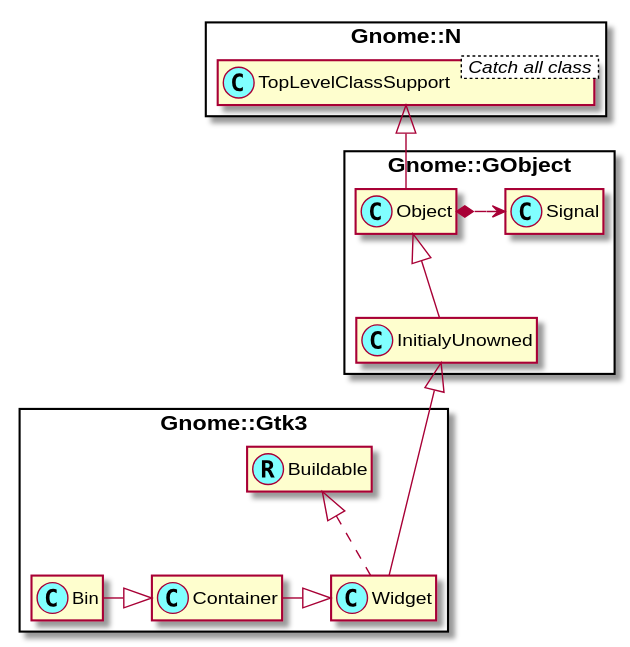
Earlier version of the PlantUML export docs/content-docs/reference/Gtk3/plantuml/Bin.svg (MARTIMM/gnome-gtk3). Its diagram source:
```plantuml
@startuml
skinparam packageStyle rectangle
skinparam stereotypeCBackgroundColor #80ffff
set namespaceSeparator ::
hide members

class Gnome::Gtk3::Buildable <<(R,#80ffff)>>

class Gnome::N::TopLevelClassSupport < Catch all class >
Gnome::N::TopLevelClassSupport <|-- Gnome::GObject::Object

Gnome::GObject::Object <|-- Gnome::GObject::InitialyUnowned
Gnome::GObject::Object *-> Gnome::GObject::Signal

Gnome::GObject::InitialyUnowned <|--- Gnome::Gtk3::Widget

class Gnome::Gtk3::Widget implements Gnome::Gtk3::Buildable

Gnome::Gtk3::Bin -|> Gnome::Gtk3::Container
Gnome::Gtk3::Container -|> Gnome::Gtk3::Widget










@enduml
```
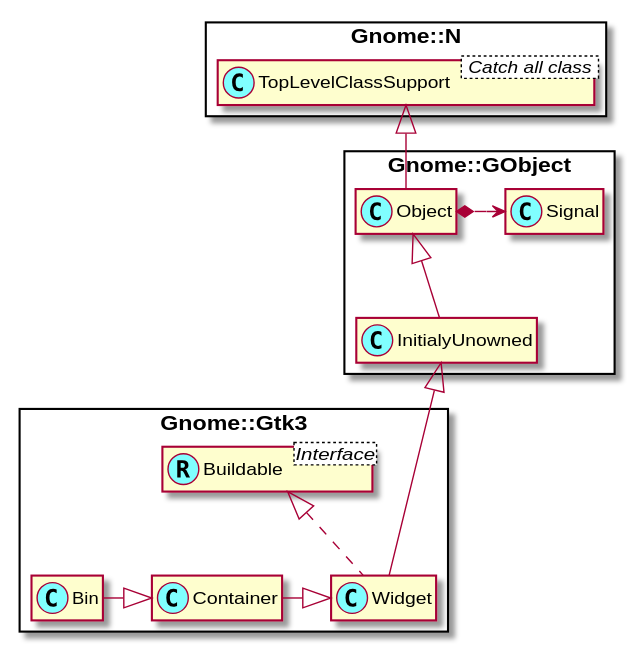
The same diagram one commit later.

Change to the diagram source:
```diff
@@ -4,6 +4,7 @@
 set namespaceSeparator ::
 hide members
 
+Interface Gnome::Gtk3::Buildable <Interface>
 class Gnome::Gtk3::Buildable <<(R,#80ffff)>>
 
 class Gnome::N::TopLevelClassSupport < Catch all class >
```
